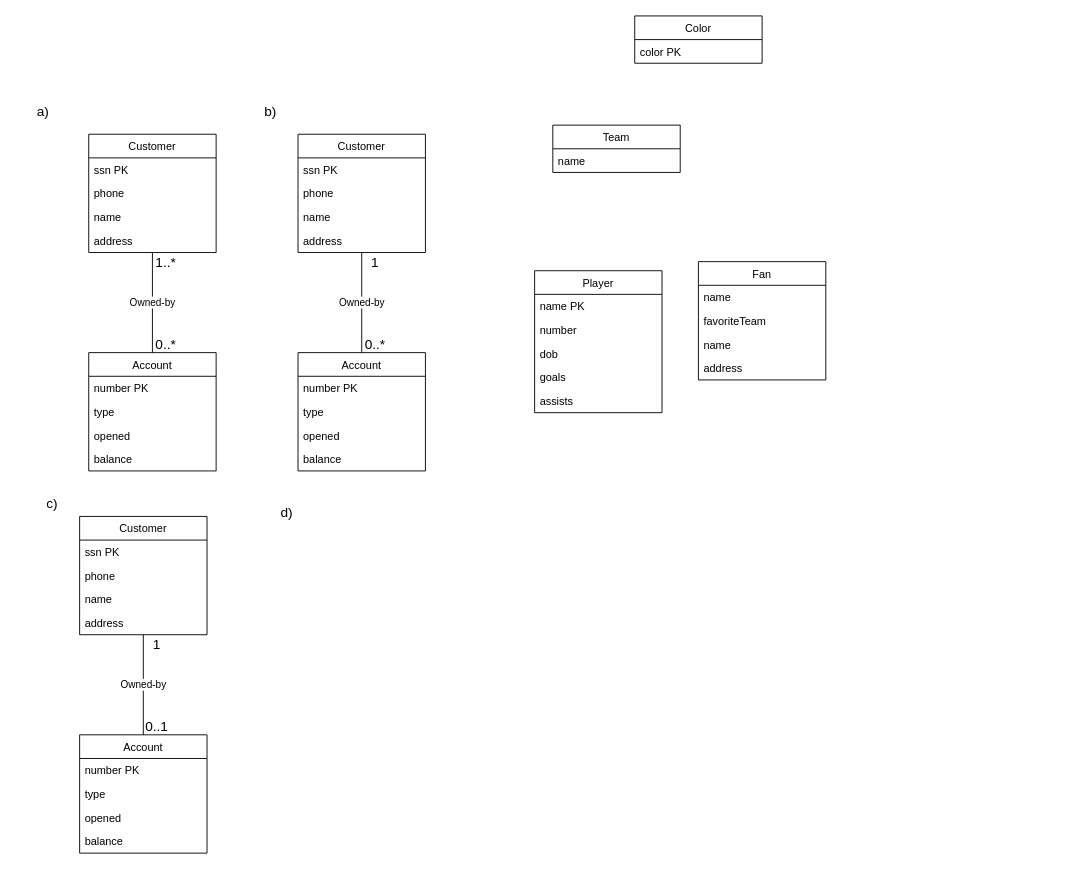
Above: Untitled 17.drawio in olliglorioso/datasets (draw.io), before the change. Source tidied: cells renumbered, new cells numbered last; positions are measured from the earlier drawing's top-left corner, leaving out a move shared by most shapes. Both pictures are drawn from the tidied source at 91%, with x=0, y=0 at pixel (15, 15).
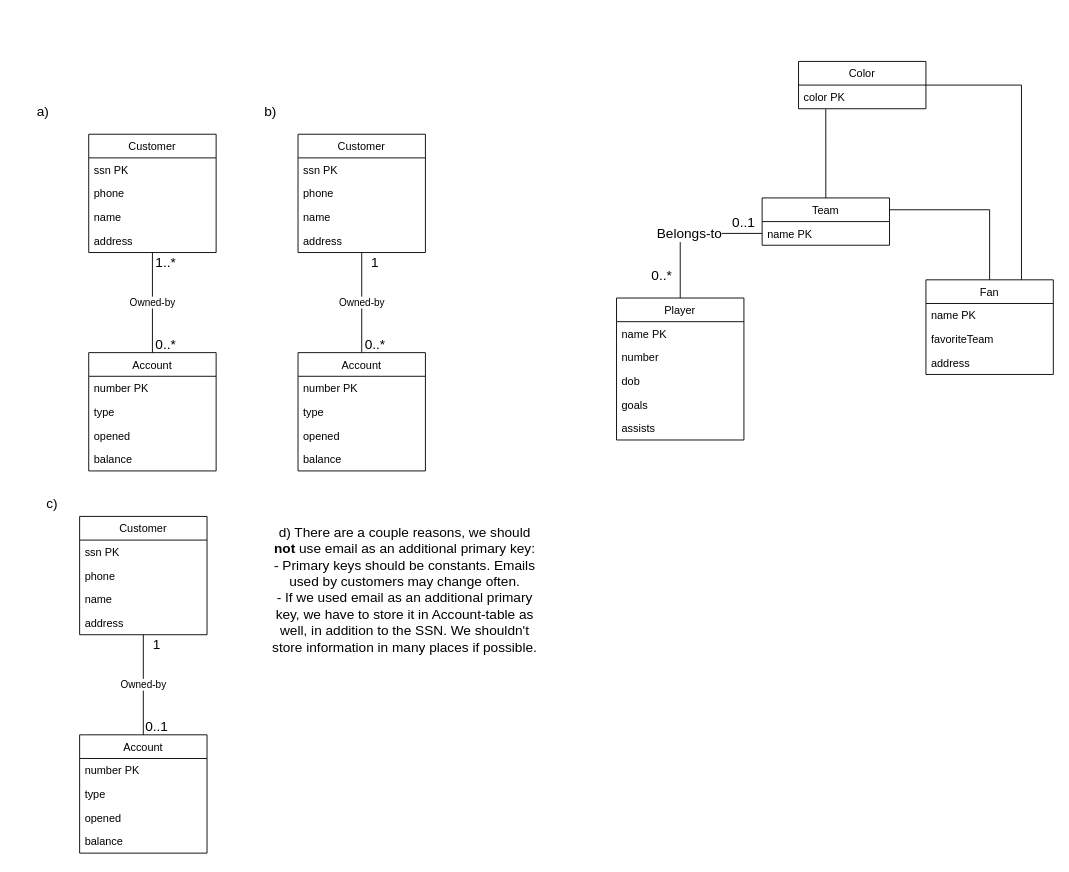
Above is the later version.

Unchanged cells that the change refers to:
```xml
<mxCell id="53" value="color PK" style="text;strokeColor=none;fillColor=none;align=left;verticalAlign=top;spacingLeft=4;spacingRight=4;overflow=hidden;points=[[0,0.5],[1,0.5]];portConstraint=eastwest;" parent="52" vertex="1">
  <mxGeometry y="26" width="140" height="26" as="geometry" />
</mxCell>
```

What changed in the source:
```diff
@@
-    <mxCell id="44" value="d)&amp;nbsp;" style="text;strokeColor=none;align=center;fillColor=none;html=1;verticalAlign=middle;whiteSpace=wrap;rounded=0;fontSize=15;" parent="1" vertex="1">
-      <mxGeometry x="270" y="530" width="60" height="30" as="geometry" />
+    <mxCell id="44" value="d) There are a couple reasons, we should &lt;b&gt;not &lt;/b&gt;use email as an additional primary key:&lt;br&gt;- Primary keys should be constants. Emails used by customers may change often.&lt;br&gt;- If we used email as an additional primary key, we have to store it in Account-table as well, in addition to the SSN. We shouldn't store information in many places if possible." style="text;strokeColor=none;align=center;fillColor=none;html=1;verticalAlign=middle;whiteSpace=wrap;rounded=0;fontSize=15;" parent="1" vertex="1">
+      <mxGeometry x="275" y="470" width="305" height="320" as="geometry" />
     </mxCell>
+    <mxCell id="60" style="edgeStyle=orthogonalEdgeStyle;rounded=0;jettySize=auto;html=1;exitX=1;exitY=0.25;exitDx=0;exitDy=0;fontSize=15;endArrow=none;endFill=0;" parent="1" edge="1" source="45" target="47">
+      <mxGeometry relative="1" as="geometry" />
+    </mxCell>
+    <mxCell id="61" style="edgeStyle=orthogonalEdgeStyle;rounded=0;jettySize=auto;html=1;exitX=0.5;exitY=0;exitDx=0;exitDy=0;fontSize=15;endArrow=none;endFill=0;entryX=0.214;entryY=1.015;entryDx=0;entryDy=0;entryPerimeter=0;" parent="1" edge="1" source="45" target="53">
+      <mxGeometry relative="1" as="geometry" />
+    </mxCell>
     <mxCell id="45" value="Team" style="swimlane;fontStyle=0;horizontal=1;startSize=26;fillColor=none;" parent="1" vertex="1">
-      <mxGeometry x="590" y="120" width="140" height="52" as="geometry" />
+      <mxGeometry x="820" y="200" width="140" height="52" as="geometry" />
     </mxCell>
-    <mxCell id="46" value="name" style="text;strokeColor=none;fillColor=none;align=left;verticalAlign=top;spacingLeft=4;spacingRight=4;overflow=hidden;points=[[0,0.5],[1,0.5]];portConstraint=eastwest;" parent="45" vertex="1">
+    <mxCell id="46" value="name PK" style="text;strokeColor=none;fillColor=none;align=left;verticalAlign=top;spacingLeft=4;spacingRight=4;overflow=hidden;points=[[0,0.5],[1,0.5]];portConstraint=eastwest;" parent="45" vertex="1">
       <mxGeometry y="26" width="140" height="26" as="geometry" />
     </mxCell>
+    <mxCell id="62" style="edgeStyle=orthogonalEdgeStyle;rounded=0;jettySize=auto;html=1;exitX=0.75;exitY=0;exitDx=0;exitDy=0;entryX=1;entryY=0.5;entryDx=0;entryDy=0;fontSize=15;endArrow=none;endFill=0;" parent="1" edge="1" source="47" target="52">
+      <mxGeometry relative="1" as="geometry" />
+    </mxCell>
     <mxCell id="47" value="Fan" style="swimlane;fontStyle=0;horizontal=1;startSize=26;fillColor=none;" parent="1" vertex="1">
-      <mxGeometry x="750" y="270" width="140" height="130" as="geometry" />
+      <mxGeometry x="1000" y="290" width="140" height="104" as="geometry" />
     </mxCell>
-    <mxCell id="48" value="name" style="text;strokeColor=none;fillColor=none;align=left;verticalAlign=top;spacingLeft=4;spacingRight=4;overflow=hidden;" parent="47" vertex="1">
+    <mxCell id="48" value="name PK" style="text;strokeColor=none;fillColor=none;align=left;verticalAlign=top;spacingLeft=4;spacingRight=4;overflow=hidden;" parent="47" vertex="1">
       <mxGeometry y="26" width="140" height="26" as="geometry" />
     </mxCell>
@@
-    <mxCell id="50" value="name" style="text;strokeColor=none;fillColor=none;align=left;verticalAlign=top;spacingLeft=4;spacingRight=4;overflow=hidden;" parent="47" vertex="1">
-      <mxGeometry y="78" width="140" height="26" as="geometry" />
-    </mxCell>
     <mxCell id="51" value="address" style="text;strokeColor=none;fillColor=none;align=left;verticalAlign=top;spacingLeft=4;spacingRight=4;overflow=hidden;" parent="47" vertex="1">
-      <mxGeometry y="104" width="140" height="26" as="geometry" />
+      <mxGeometry y="78" width="140" height="26" as="geometry" />
     </mxCell>
     <mxCell id="52" value="Color" style="swimlane;fontStyle=0;horizontal=1;startSize=26;fillColor=none;" parent="1" vertex="1">
-      <mxGeometry x="680" width="140" height="52" as="geometry" />
+      <mxGeometry x="860" y="50" width="140" height="52" as="geometry" />
     </mxCell>
@@
+    <mxCell id="63" value="Belongs-to" style="edgeStyle=orthogonalEdgeStyle;rounded=0;jettySize=auto;html=1;fontSize=15;endArrow=none;endFill=0;" parent="1" edge="1" source="54" target="46">
+      <mxGeometry relative="1" as="geometry" />
+    </mxCell>
     <mxCell id="54" value="Player" style="swimlane;fontStyle=0;horizontal=1;startSize=26;fillColor=none;" parent="1" vertex="1">
-      <mxGeometry x="570" y="280" width="140" height="156" as="geometry" />
+      <mxGeometry x="660" y="310" width="140" height="156" as="geometry" />
     </mxCell>
@@
+    <mxCell id="64" value="0..1" style="text;strokeColor=none;align=center;fillColor=none;html=1;verticalAlign=middle;whiteSpace=wrap;rounded=0;fontSize=15;" parent="1" vertex="1">
+      <mxGeometry x="770" y="211" width="60" height="30" as="geometry" />
+    </mxCell>
+    <mxCell id="65" value="0..*" style="text;strokeColor=none;align=center;fillColor=none;html=1;verticalAlign=middle;whiteSpace=wrap;rounded=0;fontSize=15;" parent="1" vertex="1">
+      <mxGeometry x="680" y="270" width="60" height="30" as="geometry" />
+    </mxCell>
```
